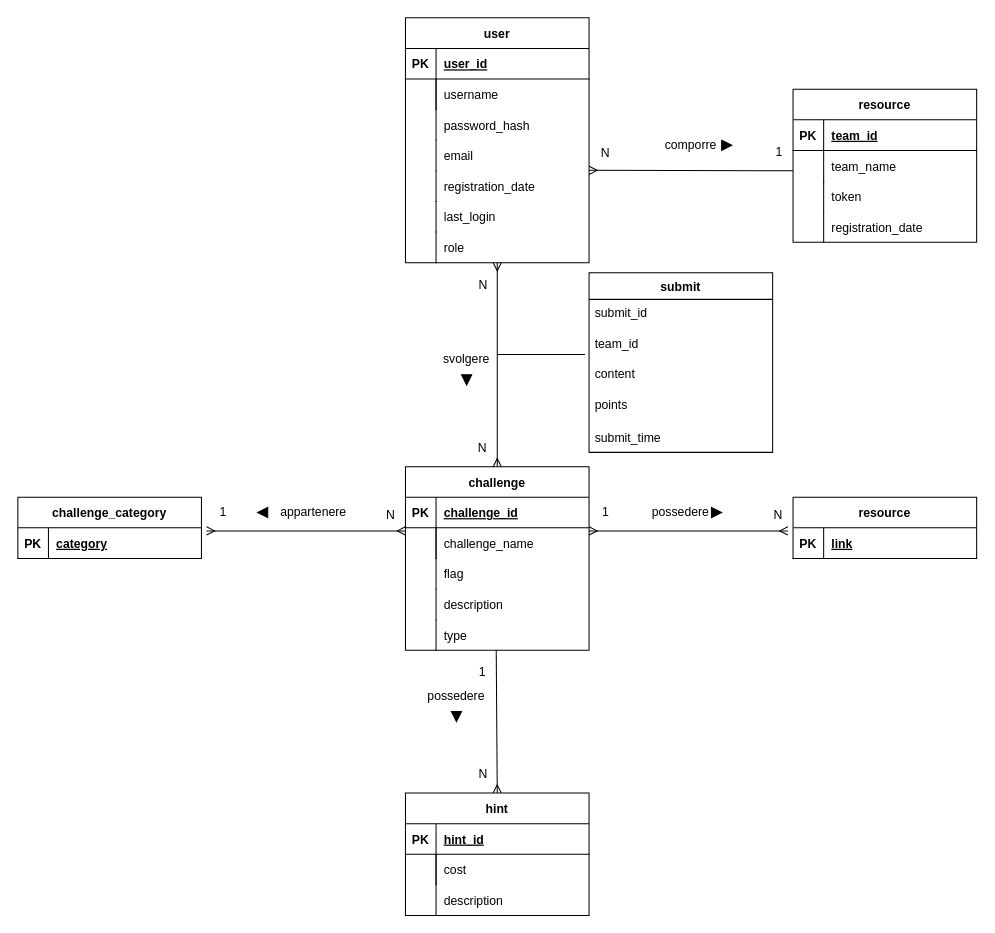
Before: db/ER_diagram.drawio in FeeeDz/H4ckUs4t1_CTF, a draw.io diagram. Source tidied: cells renumbered, new cells numbered last; positions are measured from the earlier drawing's top-left corner, leaving out a move shared by most shapes. Both pictures are drawn from the tidied source at 102%, with x=0, y=0 at pixel (17, 17).
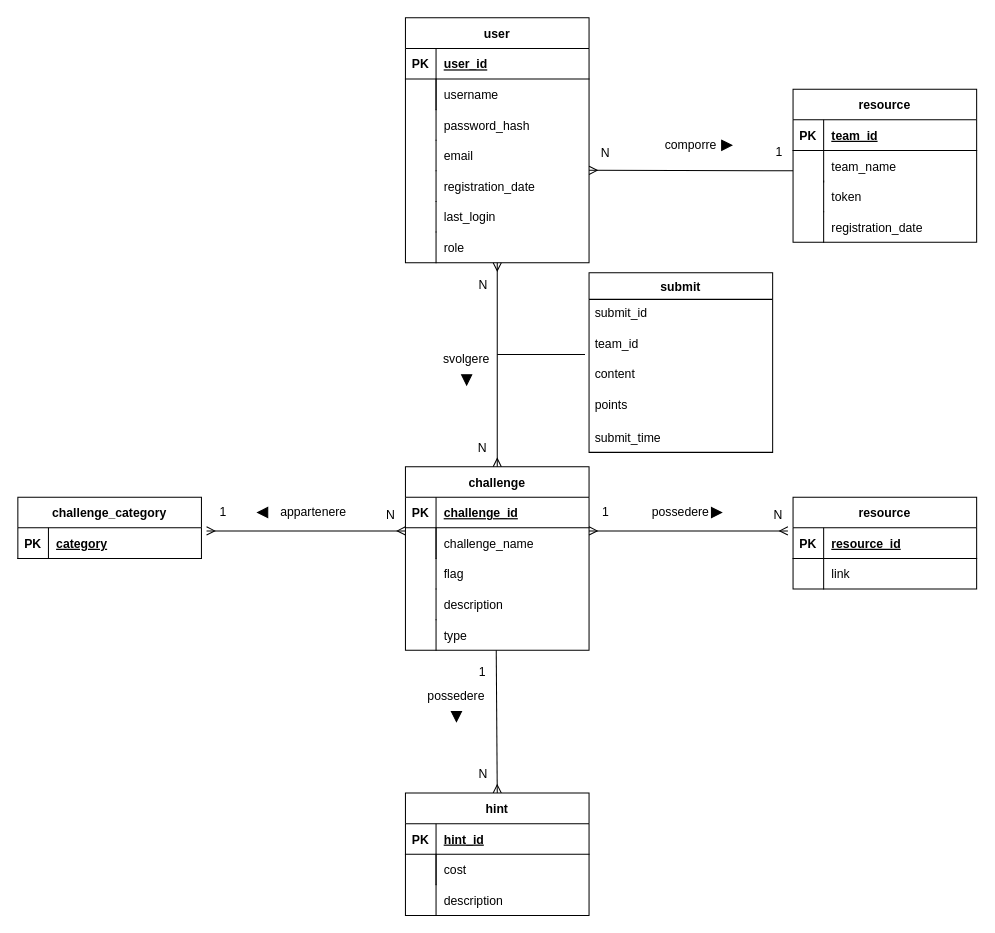
The same page after the edit.

The change refers to these unchanged cells:
```xml
<mxCell id="52" style="shape=partialRectangle;fillColor=none;points=[[0,0.5],[1,0.5]];portConstraint=eastwest;top=0;left=0;right=0;bottom=1;" parent="51" vertex="1">
  <mxGeometry y="30" width="180" height="30" as="geometry" />
</mxCell>
```

The edit, as a diff of the source:
```diff
@@
     <mxCell id="51" value="resource" style="shape=table;startSize=30;childLayout=tableLayout;rowLines=0;fontStyle=1;align=center;" parent="1" vertex="1">
-      <mxGeometry x="760" y="470" width="180" height="60" as="geometry" />
+      <mxGeometry x="760" y="470" width="180" height="90" as="geometry" />
     </mxCell>
@@
-    <mxCell id="54" value="link" style="shape=partialRectangle;overflow=hidden;fillColor=none;top=0;left=0;bottom=0;right=0;align=left;spacingLeft=6;fontStyle=5;" parent="52" vertex="1">
+    <mxCell id="54" value="resource_id" style="shape=partialRectangle;overflow=hidden;fillColor=none;top=0;left=0;bottom=0;right=0;align=left;spacingLeft=6;fontStyle=5;" parent="52" vertex="1">
       <mxGeometry x="30" width="150" height="30" as="geometry" />
     </mxCell>
@@
+    <mxCell id="109" style="shape=partialRectangle;fillColor=none;top=0;left=0;right=0;bottom=0;" parent="1" vertex="1">
+      <mxGeometry x="760" y="530" width="180" height="30" as="geometry" />
+    </mxCell>
+    <mxCell id="110" style="shape=partialRectangle;overflow=hidden;fillColor=none;top=0;left=0;bottom=0;right=1;" parent="109" vertex="1">
+      <mxGeometry width="30" height="30" as="geometry" />
+    </mxCell>
+    <mxCell id="111" value="link" style="shape=partialRectangle;overflow=hidden;fillColor=none;top=0;left=0;bottom=0;right=0;align=left;spacingLeft=6;" parent="109" vertex="1">
+      <mxGeometry x="30" width="150" height="30" as="geometry" />
+    </mxCell>
```
